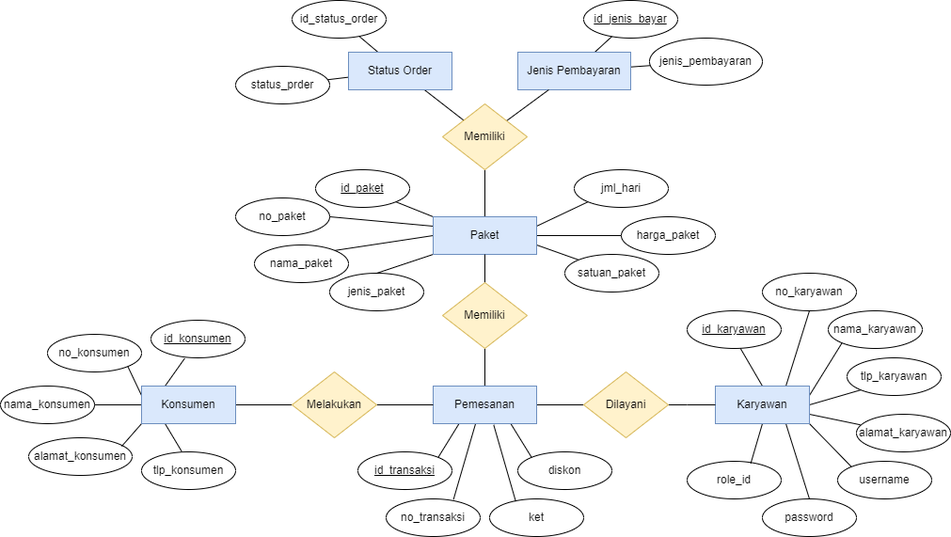
Above: ERD Laundry.png in orinno/perancangan (draw.io), before the change. Source tidied: cells renumbered, new cells last; positions are measured from the earlier drawing's top-left corner, leaving out a move shared by most shapes.
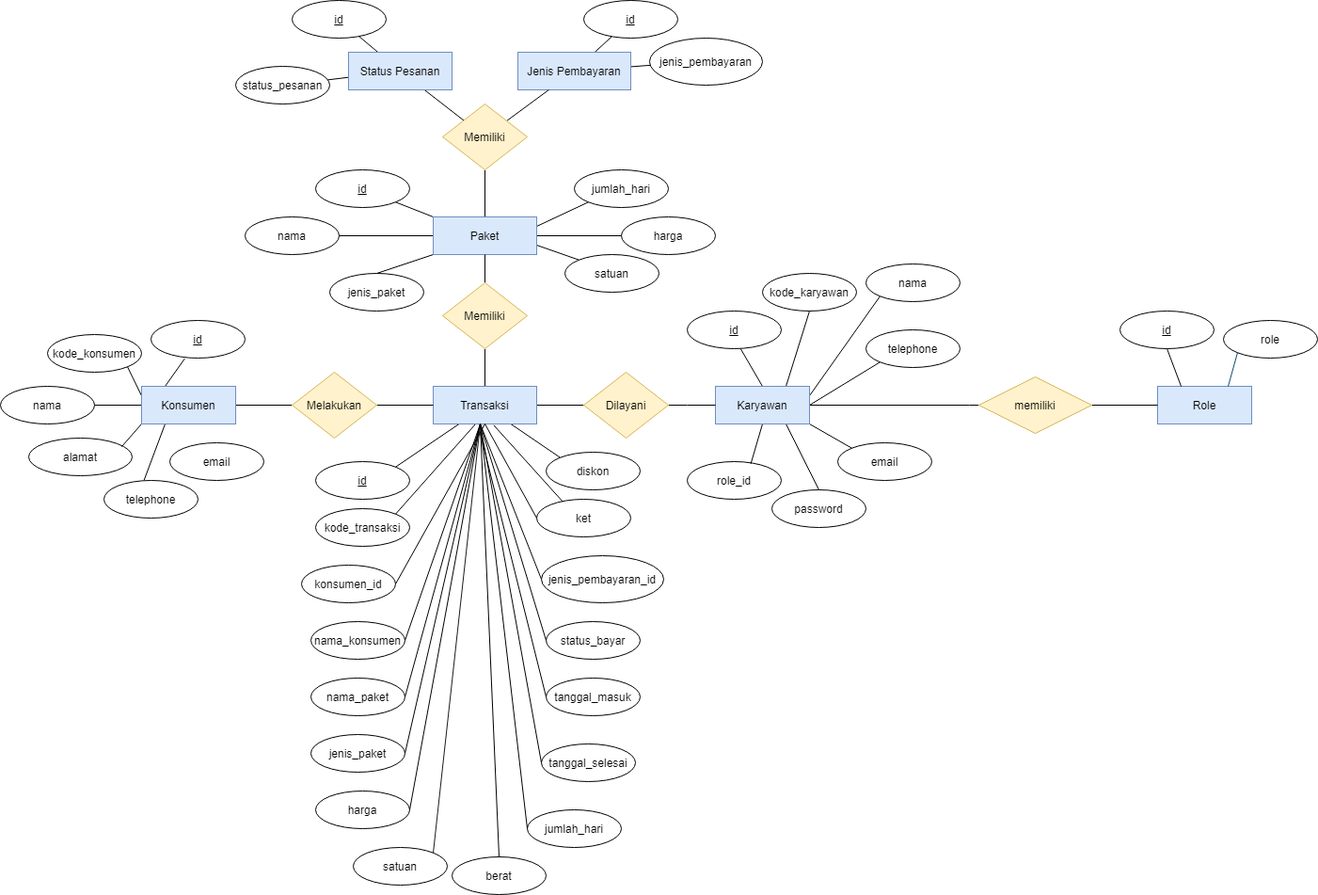
The same file after the commit.

Change to the diagram source:
```diff
@@ -37,5 +37,2 @@
     </mxCell>
-    <mxCell id="13" style="edgeStyle=none;rounded=0;jettySize=auto;html=1;exitX=1;exitY=0.75;exitDx=0;exitDy=0;entryX=0.04;entryY=0.28;entryDx=0;entryDy=0;entryPerimeter=0;startArrow=none;startFill=0;endArrow=none;endFill=0;" parent="1" edge="1" source="17" target="62">
-      <mxGeometry relative="1" as="geometry" />
-    </mxCell>
     <mxCell id="14" style="edgeStyle=none;rounded=0;jettySize=auto;html=1;exitX=1;exitY=0.5;exitDx=0;exitDy=0;entryX=0;entryY=1;entryDx=0;entryDy=0;startArrow=none;startFill=0;endArrow=none;endFill=0;" parent="1" edge="1" source="17" target="57">
@@ -49,2 +46,9 @@
     </mxCell>
+    <mxCell id="79" style="edgeStyle=orthogonalEdgeStyle;rounded=0;jettySize=auto;html=1;exitX=1;exitY=0.5;exitDx=0;exitDy=0;entryX=0;entryY=0.5;entryDx=0;entryDy=0;endArrow=none;endFill=0;" parent="1" edge="1" source="17" target="108">
+      <mxGeometry relative="1" as="geometry">
+        <Array as="points">
+          <mxPoint x="1030" y="430" />
+        </Array>
+      </mxGeometry>
+    </mxCell>
     <mxCell id="17" value="Karyawan" style="rounded=0;whiteSpace=wrap;html=1;fillColor=#dae8fc;strokeColor=#6c8ebf;" parent="1" vertex="1">
@@ -64,3 +68,3 @@
     </mxCell>
-    <mxCell id="22" style="edgeStyle=none;rounded=0;jettySize=auto;html=1;entryX=0.716;entryY=0.016;entryDx=0;entryDy=0;entryPerimeter=0;startArrow=none;startFill=0;endArrow=none;endFill=0;exitX=0.41;exitY=0.998;exitDx=0;exitDy=0;exitPerimeter=0;" parent="1" edge="1" source="24" target="54">
+    <mxCell id="22" style="edgeStyle=none;rounded=0;jettySize=auto;html=1;entryX=1;entryY=0;entryDx=0;entryDy=0;startArrow=none;startFill=0;endArrow=none;endFill=0;exitX=0.41;exitY=0.998;exitDx=0;exitDy=0;exitPerimeter=0;" parent="1" edge="1" source="24" target="54">
       <mxGeometry relative="1" as="geometry" />
@@ -70,3 +74,3 @@
     </mxCell>
-    <mxCell id="24" value="Pemesanan" style="rounded=0;whiteSpace=wrap;html=1;fillColor=#dae8fc;strokeColor=#6c8ebf;" parent="1" vertex="1">
+    <mxCell id="24" value="Transaksi" style="rounded=0;whiteSpace=wrap;html=1;fillColor=#dae8fc;strokeColor=#6c8ebf;" parent="1" vertex="1">
       <mxGeometry x="460" y="410" width="110" height="40" as="geometry" />
@@ -79,6 +83,3 @@
     </mxCell>
-    <mxCell id="27" style="edgeStyle=none;rounded=0;jettySize=auto;html=1;exitX=0;exitY=0.25;exitDx=0;exitDy=0;entryX=1;entryY=0.5;entryDx=0;entryDy=0;startArrow=none;startFill=0;endArrow=none;endFill=0;" parent="1" edge="1" source="33" target="64">
-      <mxGeometry relative="1" as="geometry" />
-    </mxCell>
-    <mxCell id="28" style="edgeStyle=none;rounded=0;jettySize=auto;html=1;exitX=0;exitY=0.5;exitDx=0;exitDy=0;entryX=1;entryY=0;entryDx=0;entryDy=0;startArrow=none;startFill=0;endArrow=none;endFill=0;" parent="1" edge="1" source="33" target="65">
+    <mxCell id="28" style="edgeStyle=none;rounded=0;jettySize=auto;html=1;exitX=0;exitY=0.5;exitDx=0;exitDy=0;entryX=1;entryY=0.5;entryDx=0;entryDy=0;startArrow=none;startFill=0;endArrow=none;endFill=0;" parent="1" edge="1" source="33" target="65">
       <mxGeometry relative="1" as="geometry" />
@@ -141,45 +142,48 @@
     </mxCell>
-    <mxCell id="46" value="&lt;u&gt;id_konsumen&lt;/u&gt;" style="ellipse;whiteSpace=wrap;html=1;fillColor=none;" parent="1" vertex="1">
+    <mxCell id="46" value="&lt;u&gt;id&lt;/u&gt;" style="ellipse;whiteSpace=wrap;html=1;fillColor=none;" parent="1" vertex="1">
       <mxGeometry x="160" y="340" width="100" height="40" as="geometry" />
     </mxCell>
-    <mxCell id="47" value="no_konsumen" style="ellipse;whiteSpace=wrap;html=1;fillColor=none;" parent="1" vertex="1">
+    <mxCell id="47" value="kode_konsumen" style="ellipse;whiteSpace=wrap;html=1;fillColor=none;" parent="1" vertex="1">
       <mxGeometry x="50" y="355" width="100" height="40" as="geometry" />
     </mxCell>
-    <mxCell id="48" value="nama_konsumen" style="ellipse;whiteSpace=wrap;html=1;fillColor=none;" parent="1" vertex="1">
+    <mxCell id="48" value="nama" style="ellipse;whiteSpace=wrap;html=1;fillColor=none;" parent="1" vertex="1">
       <mxGeometry y="410" width="100" height="40" as="geometry" />
     </mxCell>
-    <mxCell id="49" value="alamat_konsumen" style="ellipse;whiteSpace=wrap;html=1;fillColor=none;" parent="1" vertex="1">
+    <mxCell id="49" value="alamat" style="ellipse;whiteSpace=wrap;html=1;fillColor=none;" parent="1" vertex="1">
       <mxGeometry x="30" y="465" width="110" height="40" as="geometry" />
     </mxCell>
-    <mxCell id="50" value="tlp_konsumen" style="ellipse;whiteSpace=wrap;html=1;fillColor=none;" parent="1" vertex="1">
-      <mxGeometry x="150" y="480" width="100" height="40" as="geometry" />
+    <mxCell id="50" value="telephone" style="ellipse;whiteSpace=wrap;html=1;fillColor=none;" parent="1" vertex="1">
+      <mxGeometry x="110" y="510" width="100" height="40" as="geometry" />
     </mxCell>
-    <mxCell id="51" value="id_transaksi" style="ellipse;whiteSpace=wrap;html=1;fillColor=none;fontStyle=4;" parent="1" vertex="1">
-      <mxGeometry x="380" y="480" width="100" height="40" as="geometry" />
+    <mxCell id="51" value="id" style="ellipse;whiteSpace=wrap;html=1;fillColor=none;fontStyle=4;" parent="1" vertex="1">
+      <mxGeometry x="335" y="490" width="100" height="40" as="geometry" />
     </mxCell>
+    <mxCell id="80" style="rounded=0;jettySize=auto;html=1;exitX=0;exitY=0.5;exitDx=0;exitDy=0;entryX=0.5;entryY=1;entryDx=0;entryDy=0;strokeColor=#030101;fontColor=#5AA9E6;fillColor=#FFE45E;endArrow=none;endFill=0;" parent="1" edge="1" source="52" target="24">
+      <mxGeometry relative="1" as="geometry" />
+    </mxCell>
     <mxCell id="52" value="ket" style="ellipse;whiteSpace=wrap;html=1;fillColor=none;" parent="1" vertex="1">
-      <mxGeometry x="520" y="530" width="100" height="40" as="geometry" />
+      <mxGeometry x="570" y="530" width="100" height="40" as="geometry" />
     </mxCell>
     <mxCell id="53" value="diskon" style="ellipse;whiteSpace=wrap;html=1;fillColor=none;" parent="1" vertex="1">
-      <mxGeometry x="550" y="480" width="100" height="40" as="geometry" />
+      <mxGeometry x="580" y="480" width="100" height="40" as="geometry" />
     </mxCell>
-    <mxCell id="54" value="no_transaksi" style="ellipse;whiteSpace=wrap;html=1;fillColor=none;" parent="1" vertex="1">
-      <mxGeometry x="410" y="530" width="100" height="40" as="geometry" />
+    <mxCell id="54" value="kode_transaksi" style="ellipse;whiteSpace=wrap;html=1;fillColor=none;" parent="1" vertex="1">
+      <mxGeometry x="335" y="540" width="100" height="40" as="geometry" />
     </mxCell>
-    <mxCell id="55" value="no_karyawan" style="ellipse;whiteSpace=wrap;html=1;fillColor=none;" parent="1" vertex="1">
+    <mxCell id="55" value="kode_karyawan" style="ellipse;whiteSpace=wrap;html=1;fillColor=none;" parent="1" vertex="1">
       <mxGeometry x="810" y="290" width="100" height="40" as="geometry" />
     </mxCell>
-    <mxCell id="56" value="nama_karyawan" style="ellipse;whiteSpace=wrap;html=1;fillColor=none;" parent="1" vertex="1">
-      <mxGeometry x="880" y="330" width="100" height="40" as="geometry" />
+    <mxCell id="56" value="nama" style="ellipse;whiteSpace=wrap;html=1;fillColor=none;" parent="1" vertex="1">
+      <mxGeometry x="920" y="280" width="100" height="40" as="geometry" />
     </mxCell>
-    <mxCell id="57" value="tlp_karyawan" style="ellipse;whiteSpace=wrap;html=1;fillColor=none;" parent="1" vertex="1">
-      <mxGeometry x="900" y="380" width="100" height="40" as="geometry" />
+    <mxCell id="57" value="telephone" style="ellipse;whiteSpace=wrap;html=1;fillColor=none;" parent="1" vertex="1">
+      <mxGeometry x="920" y="350" width="100" height="40" as="geometry" />
     </mxCell>
-    <mxCell id="58" value="username" style="ellipse;whiteSpace=wrap;html=1;fillColor=none;" parent="1" vertex="1">
-      <mxGeometry x="890" y="490" width="100" height="40" as="geometry" />
+    <mxCell id="58" value="email" style="ellipse;whiteSpace=wrap;html=1;fillColor=none;" parent="1" vertex="1">
+      <mxGeometry x="890" y="470" width="100" height="40" as="geometry" />
     </mxCell>
     <mxCell id="59" value="password" style="ellipse;whiteSpace=wrap;html=1;fillColor=none;" parent="1" vertex="1">
-      <mxGeometry x="810" y="530" width="100" height="40" as="geometry" />
+      <mxGeometry x="820" y="520" width="100" height="40" as="geometry" />
     </mxCell>
-    <mxCell id="60" value="&lt;u&gt;id_karyawan&lt;/u&gt;" style="ellipse;whiteSpace=wrap;html=1;fillColor=none;" parent="1" vertex="1">
+    <mxCell id="60" value="&lt;u&gt;id&lt;/u&gt;" style="ellipse;whiteSpace=wrap;html=1;fillColor=none;" parent="1" vertex="1">
       <mxGeometry x="730" y="330" width="100" height="40" as="geometry" />
@@ -189,21 +193,15 @@
     </mxCell>
-    <mxCell id="62" value="alamat_karyawan" style="ellipse;whiteSpace=wrap;html=1;fillColor=none;" parent="1" vertex="1">
-      <mxGeometry x="910" y="440" width="100" height="40" as="geometry" />
-    </mxCell>
-    <mxCell id="63" value="&lt;u&gt;id_paket&lt;/u&gt;" style="ellipse;whiteSpace=wrap;html=1;fillColor=none;" parent="1" vertex="1">
+    <mxCell id="63" value="&lt;u&gt;id&lt;/u&gt;" style="ellipse;whiteSpace=wrap;html=1;fillColor=none;" parent="1" vertex="1">
       <mxGeometry x="335" y="180" width="100" height="40" as="geometry" />
     </mxCell>
-    <mxCell id="64" value="no_paket" style="ellipse;whiteSpace=wrap;html=1;fillColor=none;" parent="1" vertex="1">
-      <mxGeometry x="250" y="210" width="100" height="40" as="geometry" />
-    </mxCell>
-    <mxCell id="65" value="nama_paket" style="ellipse;whiteSpace=wrap;html=1;fillColor=none;" parent="1" vertex="1">
-      <mxGeometry x="270" y="260" width="100" height="40" as="geometry" />
+    <mxCell id="65" value="nama" style="ellipse;whiteSpace=wrap;html=1;fillColor=none;" parent="1" vertex="1">
+      <mxGeometry x="260" y="230" width="100" height="40" as="geometry" />
     </mxCell>
-    <mxCell id="66" value="jml_hari" style="ellipse;whiteSpace=wrap;html=1;fillColor=none;" parent="1" vertex="1">
+    <mxCell id="66" value="jumlah_hari" style="ellipse;whiteSpace=wrap;html=1;fillColor=none;" parent="1" vertex="1">
       <mxGeometry x="610" y="180" width="100" height="40" as="geometry" />
     </mxCell>
-    <mxCell id="67" value="harga_paket" style="ellipse;whiteSpace=wrap;html=1;fillColor=none;" parent="1" vertex="1">
+    <mxCell id="67" value="harga" style="ellipse;whiteSpace=wrap;html=1;fillColor=none;" parent="1" vertex="1">
       <mxGeometry x="660" y="230" width="100" height="40" as="geometry" />
     </mxCell>
-    <mxCell id="68" value="satuan_paket" style="ellipse;whiteSpace=wrap;html=1;fillColor=none;" parent="1" vertex="1">
+    <mxCell id="68" value="satuan" style="ellipse;whiteSpace=wrap;html=1;fillColor=none;" parent="1" vertex="1">
       <mxGeometry x="600" y="270" width="100" height="40" as="geometry" />
@@ -222,12 +220,12 @@
     </mxCell>
-    <mxCell id="73" value="Status Order" style="rounded=0;whiteSpace=wrap;html=1;fillColor=#dae8fc;strokeColor=#6c8ebf;" parent="1" vertex="1">
+    <mxCell id="73" value="Status Pesanan" style="rounded=0;whiteSpace=wrap;html=1;fillColor=#dae8fc;strokeColor=#6c8ebf;" parent="1" vertex="1">
       <mxGeometry x="370" y="55" width="110" height="40" as="geometry" />
     </mxCell>
-    <mxCell id="74" value="id_status_order" style="ellipse;whiteSpace=wrap;html=1;fillColor=none;" parent="1" vertex="1">
+    <mxCell id="74" value="&lt;u&gt;id&lt;/u&gt;" style="ellipse;whiteSpace=wrap;html=1;fillColor=none;" parent="1" vertex="1">
       <mxGeometry x="310" width="100" height="40" as="geometry" />
     </mxCell>
-    <mxCell id="75" value="status_prder" style="ellipse;whiteSpace=wrap;html=1;fillColor=none;" parent="1" vertex="1">
+    <mxCell id="75" value="status_pesanan" style="ellipse;whiteSpace=wrap;html=1;fillColor=none;" parent="1" vertex="1">
       <mxGeometry x="250" y="70" width="100" height="40" as="geometry" />
     </mxCell>
-    <mxCell id="76" value="&lt;u&gt;id_jenis_bayar&lt;/u&gt;" style="ellipse;whiteSpace=wrap;html=1;fillColor=none;" parent="1" vertex="1">
+    <mxCell id="76" value="&lt;u&gt;id&lt;/u&gt;" style="ellipse;whiteSpace=wrap;html=1;fillColor=none;" parent="1" vertex="1">
       <mxGeometry x="620" width="100" height="40" as="geometry" />
@@ -240,2 +238,120 @@
     </mxCell>
+    <mxCell id="81" style="rounded=0;jettySize=auto;html=1;exitX=1;exitY=0.5;exitDx=0;exitDy=0;strokeColor=#000000;fontColor=#5AA9E6;fillColor=#FFE45E;endArrow=none;endFill=0;" parent="1" edge="1" source="82">
+      <mxGeometry relative="1" as="geometry">
+        <mxPoint x="510" y="450" as="targetPoint" />
+      </mxGeometry>
+    </mxCell>
+    <mxCell id="82" value="nama_konsumen" style="ellipse;whiteSpace=wrap;html=1;fillColor=none;" parent="1" vertex="1">
+      <mxGeometry x="330" y="660" width="100" height="40" as="geometry" />
+    </mxCell>
+    <mxCell id="83" style="rounded=0;jettySize=auto;html=1;exitX=1;exitY=0.5;exitDx=0;exitDy=0;entryX=0.5;entryY=1;entryDx=0;entryDy=0;strokeColor=default;fontColor=#5AA9E6;fillColor=#FFE45E;endArrow=none;endFill=0;" parent="1" edge="1" source="84" target="24">
+      <mxGeometry relative="1" as="geometry" />
+    </mxCell>
+    <mxCell id="84" value="konsumen_id" style="ellipse;whiteSpace=wrap;html=1;fillColor=none;" parent="1" vertex="1">
+      <mxGeometry x="320" y="600" width="100" height="40" as="geometry" />
+    </mxCell>
+    <mxCell id="85" style="rounded=0;jettySize=auto;html=1;exitX=1;exitY=0.5;exitDx=0;exitDy=0;strokeColor=#000000;fontColor=#5AA9E6;fillColor=#FFE45E;endArrow=none;endFill=0;" parent="1" edge="1" source="86">
+      <mxGeometry relative="1" as="geometry">
+        <mxPoint x="510" y="450" as="targetPoint" />
+      </mxGeometry>
+    </mxCell>
+    <mxCell id="86" value="jenis_paket" style="ellipse;whiteSpace=wrap;html=1;fillColor=none;" parent="1" vertex="1">
+      <mxGeometry x="330" y="780" width="100" height="40" as="geometry" />
+    </mxCell>
+    <mxCell id="87" style="rounded=0;jettySize=auto;html=1;exitX=1;exitY=0.5;exitDx=0;exitDy=0;strokeColor=#000000;fontColor=#5AA9E6;fillColor=#FFE45E;endArrow=none;endFill=0;" parent="1" edge="1" source="88">
+      <mxGeometry relative="1" as="geometry">
+        <mxPoint x="510" y="450" as="targetPoint" />
+      </mxGeometry>
+    </mxCell>
+    <mxCell id="88" value="nama_paket" style="ellipse;whiteSpace=wrap;html=1;fillColor=none;" parent="1" vertex="1">
+      <mxGeometry x="330" y="720" width="100" height="40" as="geometry" />
+    </mxCell>
+    <mxCell id="89" style="rounded=0;jettySize=auto;html=1;exitX=0;exitY=0.5;exitDx=0;exitDy=0;strokeColor=#000000;fontColor=#5AA9E6;fillColor=#FFE45E;endArrow=none;endFill=0;" parent="1" edge="1" source="90">
+      <mxGeometry relative="1" as="geometry">
+        <mxPoint x="510" y="450" as="targetPoint" />
+      </mxGeometry>
+    </mxCell>
+    <mxCell id="90" value="jumlah_hari" style="ellipse;whiteSpace=wrap;html=1;fillColor=none;" parent="1" vertex="1">
+      <mxGeometry x="560" y="860" width="100" height="40" as="geometry" />
+    </mxCell>
+    <mxCell id="91" style="rounded=0;jettySize=auto;html=1;exitX=1;exitY=0.5;exitDx=0;exitDy=0;strokeColor=#000000;fontColor=#5AA9E6;fillColor=#FFE45E;endArrow=none;endFill=0;" parent="1" edge="1" source="92">
+      <mxGeometry relative="1" as="geometry">
+        <mxPoint x="510" y="450" as="targetPoint" />
+      </mxGeometry>
+    </mxCell>
+    <mxCell id="92" value="harga" style="ellipse;whiteSpace=wrap;html=1;fillColor=none;" parent="1" vertex="1">
+      <mxGeometry x="335" y="840" width="100" height="40" as="geometry" />
+    </mxCell>
+    <mxCell id="93" style="rounded=0;hachureGap=4;jettySize=auto;html=1;exitX=0.5;exitY=0;exitDx=0;exitDy=0;fontFamily=Architects Daughter;fontSource=https%3A%2F%2Ffonts.googleapis.com%2Fcss%3Ffamily%3DArchitects%2BDaughter;fontSize=16;endArrow=none;endFill=0;" parent="1" edge="1" source="94">
+      <mxGeometry relative="1" as="geometry">
+        <mxPoint x="510" y="450" as="targetPoint" />
+      </mxGeometry>
+    </mxCell>
+    <mxCell id="94" value="berat" style="ellipse;whiteSpace=wrap;html=1;fillColor=none;" parent="1" vertex="1">
+      <mxGeometry x="480" y="910" width="100" height="40" as="geometry" />
+    </mxCell>
+    <mxCell id="95" style="rounded=0;jettySize=auto;html=1;exitX=1;exitY=0;exitDx=0;exitDy=0;strokeColor=#1A1A1A;fontColor=#5AA9E6;fillColor=#FFE45E;endArrow=none;endFill=0;" parent="1" edge="1" source="96">
+      <mxGeometry relative="1" as="geometry">
+        <mxPoint x="510" y="450" as="targetPoint" />
+      </mxGeometry>
+    </mxCell>
+    <mxCell id="96" value="satuan" style="ellipse;whiteSpace=wrap;html=1;fillColor=none;" parent="1" vertex="1">
+      <mxGeometry x="375" y="900" width="100" height="40" as="geometry" />
+    </mxCell>
+    <mxCell id="97" style="rounded=0;jettySize=auto;html=1;exitX=0;exitY=0.5;exitDx=0;exitDy=0;strokeColor=#000000;fontColor=#5AA9E6;fillColor=#FFE45E;endArrow=none;endFill=0;" parent="1" edge="1" source="98">
+      <mxGeometry relative="1" as="geometry">
+        <mxPoint x="510" y="460" as="targetPoint" />
+      </mxGeometry>
+    </mxCell>
+    <mxCell id="98" value="tanggal_masuk" style="ellipse;whiteSpace=wrap;html=1;fillColor=none;" parent="1" vertex="1">
+      <mxGeometry x="580" y="720" width="100" height="40" as="geometry" />
+    </mxCell>
+    <mxCell id="99" style="rounded=0;jettySize=auto;html=1;exitX=0;exitY=0.5;exitDx=0;exitDy=0;strokeColor=#000000;fontColor=#5AA9E6;fillColor=#FFE45E;endArrow=none;endFill=0;" parent="1" edge="1" source="100">
+      <mxGeometry relative="1" as="geometry">
+        <mxPoint x="510" y="450" as="targetPoint" />
+      </mxGeometry>
+    </mxCell>
+    <mxCell id="100" value="tanggal_selesai" style="ellipse;whiteSpace=wrap;html=1;fillColor=none;" parent="1" vertex="1">
+      <mxGeometry x="575" y="790" width="100" height="40" as="geometry" />
+    </mxCell>
+    <mxCell id="101" style="rounded=0;jettySize=auto;html=1;exitX=0;exitY=0.5;exitDx=0;exitDy=0;strokeColor=#080304;fontColor=#5AA9E6;fillColor=#FFE45E;endArrow=none;endFill=0;" parent="1" edge="1" source="102">
+      <mxGeometry relative="1" as="geometry">
+        <mxPoint x="510" y="450" as="targetPoint" />
+      </mxGeometry>
+    </mxCell>
+    <mxCell id="102" value="jenis_pembayaran_id" style="ellipse;whiteSpace=wrap;html=1;fillColor=none;" parent="1" vertex="1">
+      <mxGeometry x="575" y="590" width="130" height="50" as="geometry" />
+    </mxCell>
+    <mxCell id="103" style="rounded=0;jettySize=auto;html=1;exitX=0;exitY=0.5;exitDx=0;exitDy=0;strokeColor=#000000;fontColor=#5AA9E6;fillColor=#FFE45E;endArrow=none;endFill=0;" parent="1" edge="1" source="104">
+      <mxGeometry relative="1" as="geometry">
+        <mxPoint x="510" y="450" as="targetPoint" />
+      </mxGeometry>
+    </mxCell>
+    <mxCell id="104" value="status_bayar" style="ellipse;whiteSpace=wrap;html=1;fillColor=none;" parent="1" vertex="1">
+      <mxGeometry x="580" y="660" width="100" height="40" as="geometry" />
+    </mxCell>
+    <mxCell id="105" value="email" style="ellipse;whiteSpace=wrap;html=1;fillColor=none;" parent="1" vertex="1">
+      <mxGeometry x="180" y="470" width="100" height="40" as="geometry" />
+    </mxCell>
+    <mxCell id="106" value="Role" style="whiteSpace=wrap;html=1;align=center;fillColor=#dae8fc;strokeColor=#6c8ebf;" parent="1" vertex="1">
+      <mxGeometry x="1230" y="410" width="100" height="40" as="geometry" />
+    </mxCell>
+    <mxCell id="107" style="edgeStyle=orthogonalEdgeStyle;rounded=0;jettySize=auto;html=1;exitX=1;exitY=0.5;exitDx=0;exitDy=0;entryX=0;entryY=0.5;entryDx=0;entryDy=0;endArrow=none;endFill=0;" parent="1" edge="1" source="108" target="106">
+      <mxGeometry relative="1" as="geometry" />
+    </mxCell>
+    <mxCell id="108" value="memiliki" style="shape=rhombus;perimeter=rhombusPerimeter;whiteSpace=wrap;html=1;align=center;fillColor=#fff2cc;strokeColor=#d6b656;" parent="1" vertex="1">
+      <mxGeometry x="1040" y="400" width="120" height="60" as="geometry" />
+    </mxCell>
+    <mxCell id="109" style="rounded=0;jettySize=auto;html=1;exitX=0.5;exitY=1;exitDx=0;exitDy=0;entryX=0.25;entryY=0;entryDx=0;entryDy=0;endArrow=none;endFill=0;" parent="1" edge="1" source="110" target="106">
+      <mxGeometry relative="1" as="geometry" />
+    </mxCell>
+    <mxCell id="110" value="id" style="ellipse;whiteSpace=wrap;html=1;align=center;fontStyle=4;" parent="1" vertex="1">
+      <mxGeometry x="1190" y="330" width="100" height="40" as="geometry" />
+    </mxCell>
+    <mxCell id="111" style="rounded=0;jettySize=auto;html=1;exitX=0;exitY=1;exitDx=0;exitDy=0;entryX=0.75;entryY=0;entryDx=0;entryDy=0;strokeColor=#0B4D6A;endArrow=none;endFill=0;" parent="1" edge="1" source="112" target="106">
+      <mxGeometry relative="1" as="geometry" />
+    </mxCell>
+    <mxCell id="112" value="role" style="ellipse;whiteSpace=wrap;html=1;align=center;" parent="1" vertex="1">
+      <mxGeometry x="1300" y="340" width="100" height="40" as="geometry" />
+    </mxCell>
   </root>
```
